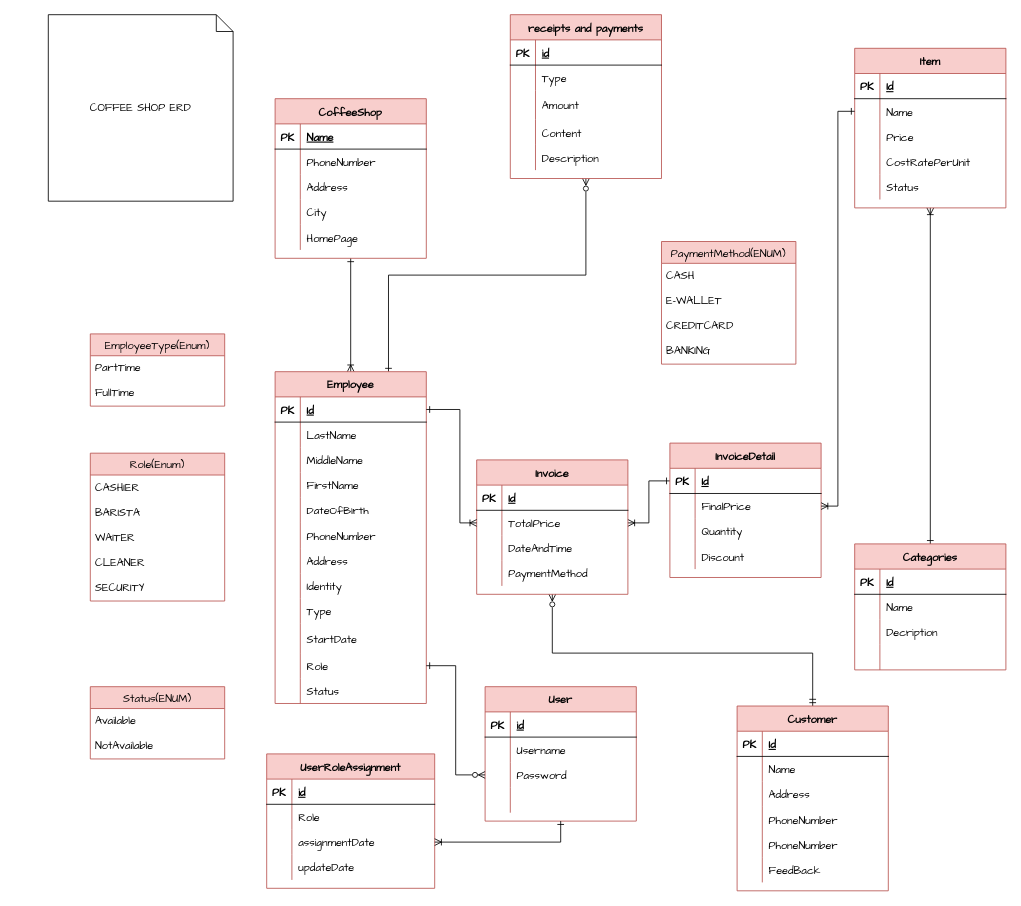
Earlier version of the draw.io diagram CoffeeShopERDFinal.drawio (nht8299/PersonalProject_CoffeeShopManegement). Source tidied: cells renumbered, new cells numbered last; positions are measured from the earlier drawing's top-left corner, leaving out a move shared by most shapes. Both pictures are drawn from the tidied source at 84%, with x=0, y=0 at pixel (48, 14).
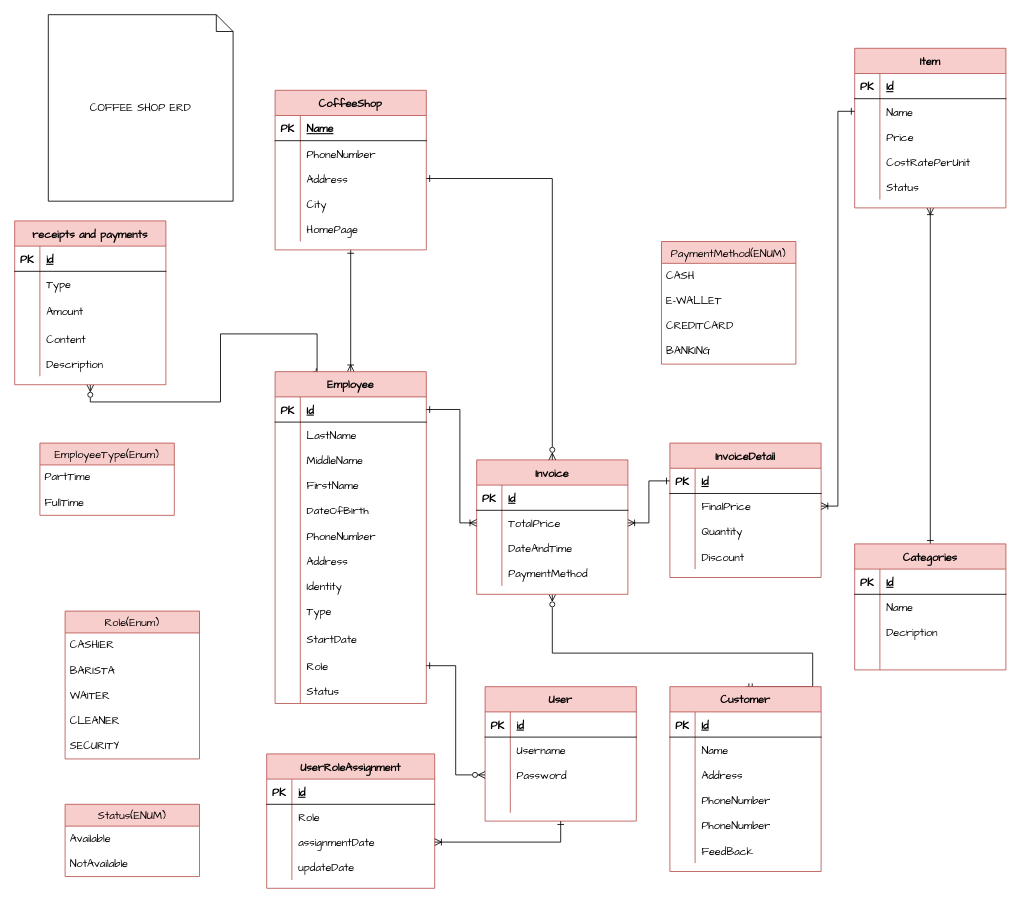
The same page after the edit.

The change refers to these unchanged cells:
```xml
<mxCell id="10" style="shape=tableRow;horizontal=0;startSize=0;swimlaneHead=0;swimlaneBody=0;fillColor=none;points=[[0,0.5],[1,0.5]];portConstraint=eastwest;top=0;left=0;right=0;bottom=0;fontFamily=Comic Sans MS;fontSize=13;" parent="3" vertex="1">
  <mxGeometry y="90" width="180" height="30" as="geometry" />
</mxCell>
<mxCell id="20" value="Employee" style="shape=table;startSize=30;childLayout=tableLayout;rowLines=0;fontStyle=1;align=center;fillColor=#f8cecc;strokeColor=#b85450;fontFamily=Comic Sans MS;fontSize=13;" parent="1" vertex="1">
  <mxGeometry x="270" y="425" width="180" height="395" as="geometry" />
</mxCell>
<mxCell id="95" value="Invoice" style="shape=table;startSize=30;childLayout=tableLayout;rowLines=0;fontStyle=1;align=center;fillColor=#f8cecc;strokeColor=#b85450;fontFamily=Comic Sans MS;fontSize=13;" parent="1" vertex="1">
  <mxGeometry x="510" y="530" width="180" height="160" as="geometry" />
</mxCell>
```

The edit, as a diff of the source:
```diff
@@
     <mxCell id="3" value="CoffeeShop" style="shape=table;startSize=30;childLayout=tableLayout;rowLines=0;fontStyle=1;align=center;fillColor=#f8cecc;strokeColor=#b85450;fontFamily=Comic Sans MS;fontSize=13;" parent="1" vertex="1">
-      <mxGeometry x="270" y="100" width="180" height="190" as="geometry" />
+      <mxGeometry x="270" y="90" width="180" height="190" as="geometry" />
     </mxCell>
@@
-    <mxCell id="19" style="edgeStyle=orthogonalEdgeStyle;rounded=0;jettySize=auto;html=1;exitX=0.75;exitY=0;exitDx=0;exitDy=0;entryX=0.5;entryY=1;entryDx=0;entryDy=0;endArrow=ERzeroToMany;endFill=0;startArrow=ERone;startFill=0;fontFamily=Comic Sans MS;fontSize=13;" parent="1" edge="1" source="20" target="155">
-      <mxGeometry relative="1" as="geometry" />
+    <mxCell id="19" style="edgeStyle=orthogonalEdgeStyle;rounded=0;jettySize=auto;html=1;exitX=0.25;exitY=0;exitDx=0;exitDy=0;entryX=0.5;entryY=1;entryDx=0;entryDy=0;endArrow=ERzeroToMany;endFill=0;startArrow=ERone;startFill=0;fontFamily=Comic Sans MS;fontSize=13;" parent="1" edge="1" source="20" target="155">
+      <mxGeometry relative="1" as="geometry">
+        <Array as="points">
+          <mxPoint x="320" y="425" />
+          <mxPoint x="320" y="380" />
+          <mxPoint x="205" y="380" />
+          <mxPoint x="205" y="461" />
+          <mxPoint x="50" y="461" />
+        </Array>
+      </mxGeometry>
     </mxCell>
@@
     <mxCell id="58" value="Customer" style="shape=table;startSize=30;childLayout=tableLayout;rowLines=0;fontStyle=1;align=center;fillColor=#f8cecc;strokeColor=#b85450;fontFamily=Comic Sans MS;fontSize=13;" parent="1" vertex="1">
-      <mxGeometry x="820" y="823" width="180" height="220" as="geometry" />
+      <mxGeometry x="740" y="800" width="180" height="220" as="geometry" />
     </mxCell>
@@
     <mxCell id="109" value="Role(Enum)" style="swimlane;fontStyle=0;horizontal=1;startSize=26;align=center;fontSize=13;fillColor=#f8cecc;strokeColor=#b85450;fontFamily=Comic Sans MS;" parent="1" vertex="1">
-      <mxGeometry x="50" y="522" width="160" height="176" as="geometry" />
+      <mxGeometry x="20" y="710" width="160" height="176" as="geometry" />
     </mxCell>
@@
     <mxCell id="129" value="Status(ENUM)" style="swimlane;fontStyle=0;horizontal=1;startSize=26;align=center;fontSize=13;fillColor=#f8cecc;strokeColor=#b85450;fontFamily=Comic Sans MS;" parent="1" vertex="1">
-      <mxGeometry x="50" y="800" width="160" height="86" as="geometry" />
+      <mxGeometry x="20" y="940" width="160" height="86" as="geometry" />
     </mxCell>
@@
     <mxCell id="132" value="EmployeeType(Enum)" style="swimlane;fontStyle=0;horizontal=1;startSize=26;align=center;fontSize=13;fillColor=#f8cecc;strokeColor=#b85450;fontFamily=Comic Sans MS;" parent="1" vertex="1">
-      <mxGeometry x="50" y="380" width="160" height="86" as="geometry" />
+      <mxGeometry x="-10" y="510" width="160" height="86" as="geometry" />
     </mxCell>
@@
     <mxCell id="135" value="PhoneNumber" style="shape=partialRectangle;fillColor=none;top=0;left=0;bottom=0;right=0;align=left;spacingLeft=6;overflow=hidden;fontFamily=Comic Sans MS;fontSize=13;" parent="1" vertex="1">
-      <mxGeometry x="300" y="160" width="150" height="30" as="geometry" />
+      <mxGeometry x="300" y="150" width="150" height="30" as="geometry" />
     </mxCell>
@@
     <mxCell id="155" value="receipts and payments" style="shape=table;startSize=30;childLayout=tableLayout;rowLines=0;fontStyle=1;align=center;fillColor=#f8cecc;strokeColor=#b85450;fontFamily=Comic Sans MS;fontSize=13;" parent="1" vertex="1">
-      <mxGeometry x="550" width="180" height="195" as="geometry" />
+      <mxGeometry x="-40" y="245.5" width="180" height="195" as="geometry" />
     </mxCell>
@@
+    <mxCell id="199" style="edgeStyle=orthogonalEdgeStyle;rounded=0;jettySize=auto;html=1;exitX=1;exitY=0.5;exitDx=0;exitDy=0;entryX=0.5;entryY=0;entryDx=0;entryDy=0;endArrow=ERzeroToMany;endFill=0;startArrow=ERone;startFill=0;" parent="1" edge="1" source="10" target="95">
+      <mxGeometry relative="1" as="geometry" />
+    </mxCell>
```
